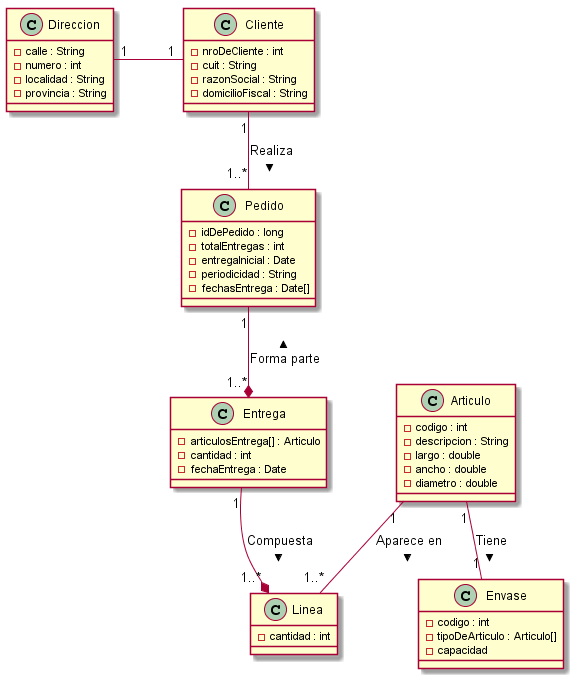
Above: Analisis/diagramaDeClases.png in diegohunko/trabajoIntegradorPOO1 (PlantUML), before the change.
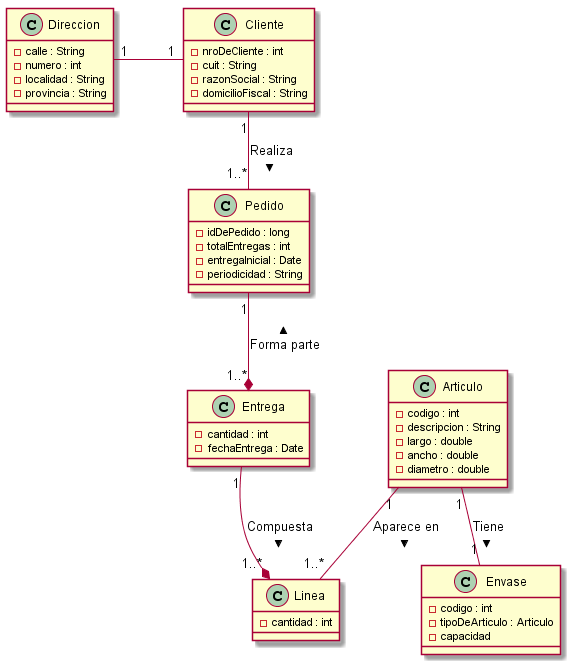
The same diagram one commit later.

Change to the diagram source:
```diff
@@ -7,7 +7,6 @@
 Articulo "1" -- "1" Envase : Tiene >
 
 class Entrega {
--articulosEntrega[] : Articulo
 -cantidad : int
 -fechaEntrega : Date
 }
@@ -30,7 +29,6 @@
 -totalEntregas : int
 -entregaInicial : Date
 -periodicidad : String
--fechasEntrega : Date[]
 
 }
 
@@ -43,7 +41,7 @@
 
 class Envase{
 -codigo : int
--tipoDeArticulo : Articulo[]
+-tipoDeArticulo : Articulo
 -capacidad
 }
 
```
